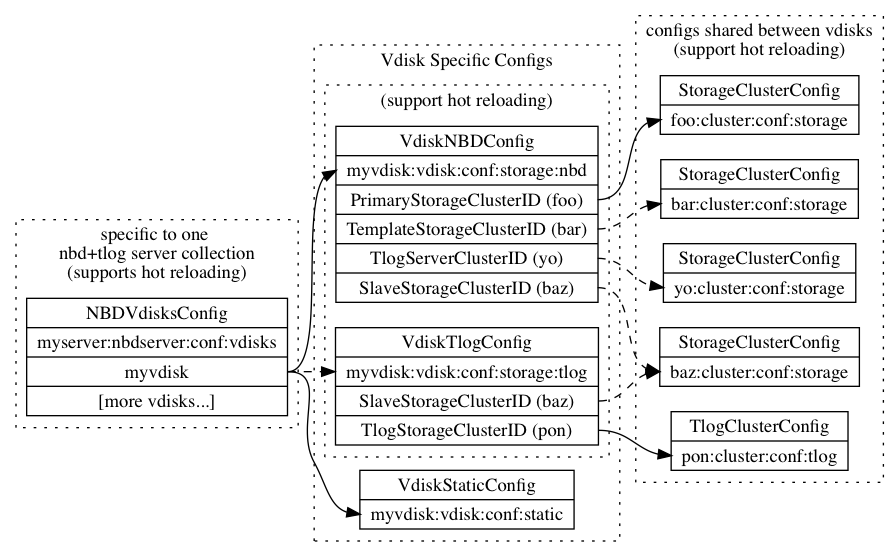
Earlier version of the Graphviz export docs/assets/config_relations.png (g8os/EFBD). Its source is kept beside it as docs/assets/src/config_relations.dot.
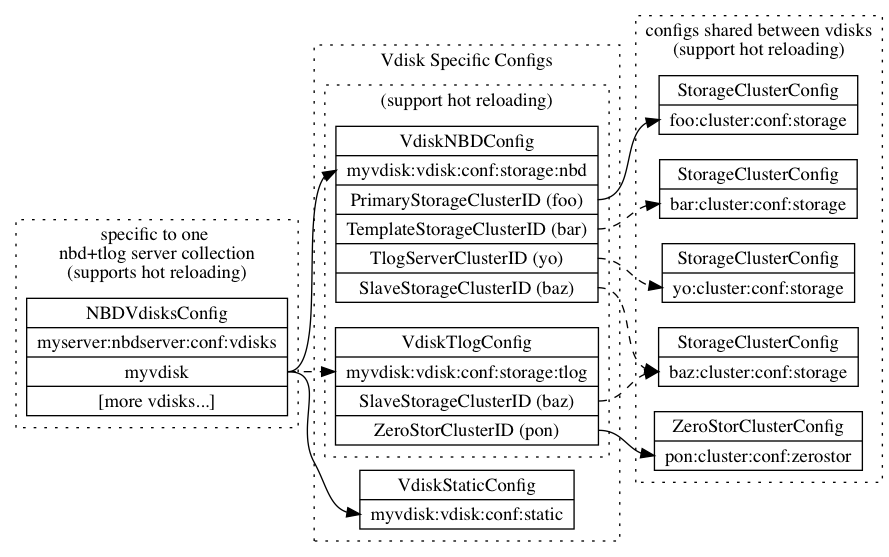
After the commit.

Change to the diagram source:
```diff
@@ -38,7 +38,7 @@
                 shape = "record"
                 label = "VdiskTlogConfig | <key> myvdisk:vdisk:conf:storage:tlog |
                         <s> SlaveStorageClusterID (baz) |
-                        <t> TlogStorageClusterID (pon)"
+                        <t> ZeroStorClusterID (pon)"
             ]
         }
     }
@@ -67,9 +67,9 @@
             label = "StorageClusterConfig | <key> yo:cluster:conf:storage"
         ]
 
-        TlogClusterConfig [
+        ZeroStorClusterConfig [
             shape = "record"
-            label = "<header> TlogClusterConfig | <key> pon:cluster:conf:tlog"
+            label = "<header> ZeroStorClusterConfig | <key> pon:cluster:conf:zerostor"
         ]
     }
 
@@ -82,6 +82,6 @@
     VdiskNBDConfig:s -> SlaveStorageConfig:key [ style = "dashed" ]
     VdiskNBDConfig:tl -> TlogStorageConfig:key [ style = "dashed" ]
 
-    VdiskTlogConfig:t -> TlogClusterConfig:key
+    VdiskTlogConfig:t -> ZeroStorClusterConfig:key
     VdiskTlogConfig:s -> SlaveStorageConfig:key [ style = "dashed" ]
 }
```
